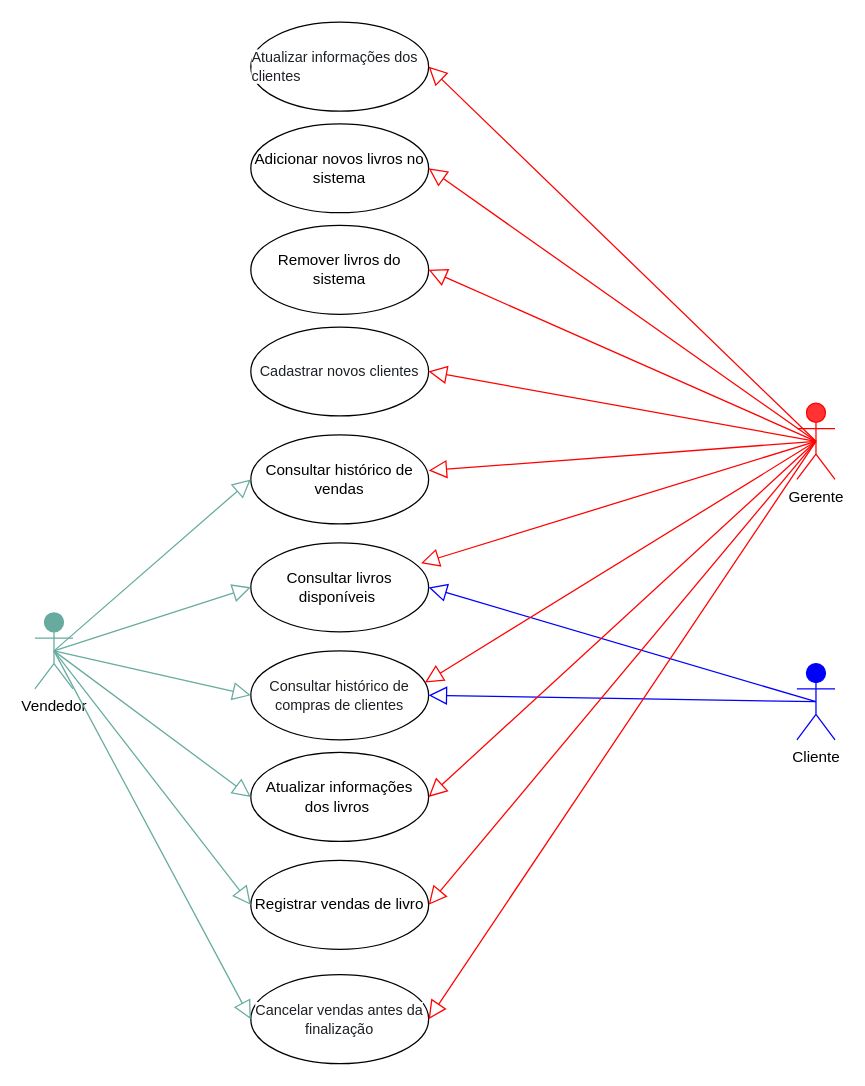
Before: Diagrama sem nome.drawio in felipeboniattihitner/Diagrama-Livraria, a draw.io diagram. Source tidied: cells renumbered, new cells numbered last; positions are measured from the earlier drawing's top-left corner, leaving out a move shared by most shapes. Both pictures are drawn from the tidied source at 127%, with x=0, y=0 at pixel (34, 22).
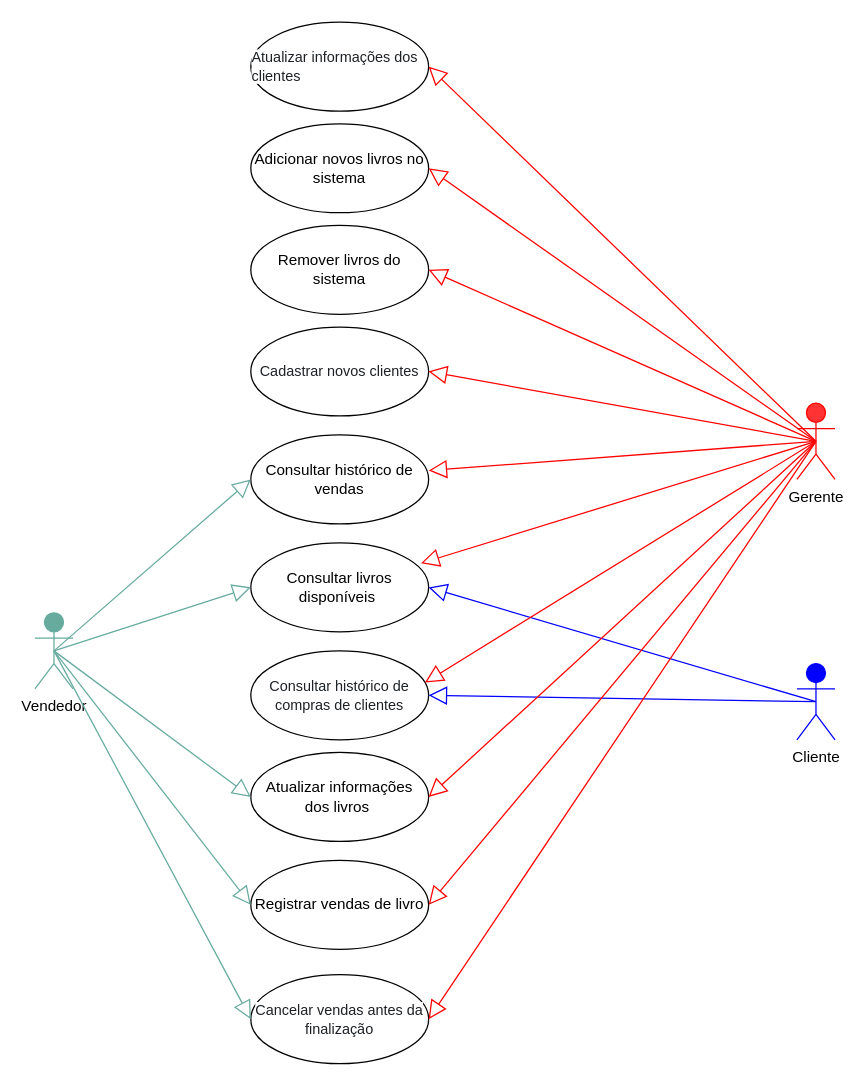
The same diagram, later.

Unchanged cells that the change refers to:
```xml
<mxCell id="2" value="Vendedor" style="shape=umlActor;html=1;verticalLabelPosition=bottom;verticalAlign=top;align=center;fillColor=#67AB9F;strokeColor=#67AB9F;" parent="1" vertex="1">
  <mxGeometry y="465" width="30" height="60" as="geometry" />
</mxCell>
<mxCell id="13" value="&lt;span style=&quot;color: rgb(29, 33, 37); font-family: Poppins, sans-serif; font-size: 11.375px; text-align: left; background-color: rgb(255, 255, 255);&quot;&gt;Consultar histórico de compras de clientes&lt;/span&gt;" style="ellipse;whiteSpace=wrap;html=1;" parent="1" vertex="1">
  <mxGeometry x="170" y="495" width="140" height="70" as="geometry" />
</mxCell>
```

Diff of the diagram source:
```diff
@@
-    <mxCell id="18" style="edgeStyle=none;html=1;endArrow=block;endFill=0;endSize=12;verticalAlign=bottom;rounded=0;exitX=0.5;exitY=0.5;exitDx=0;exitDy=0;exitPerimeter=0;entryX=0;entryY=0.5;entryDx=0;entryDy=0;strokeColor=#67AB9F;" parent="1" edge="1" source="2" target="13">
-      <mxGeometry relative="1" as="geometry" />
-    </mxCell>
```
